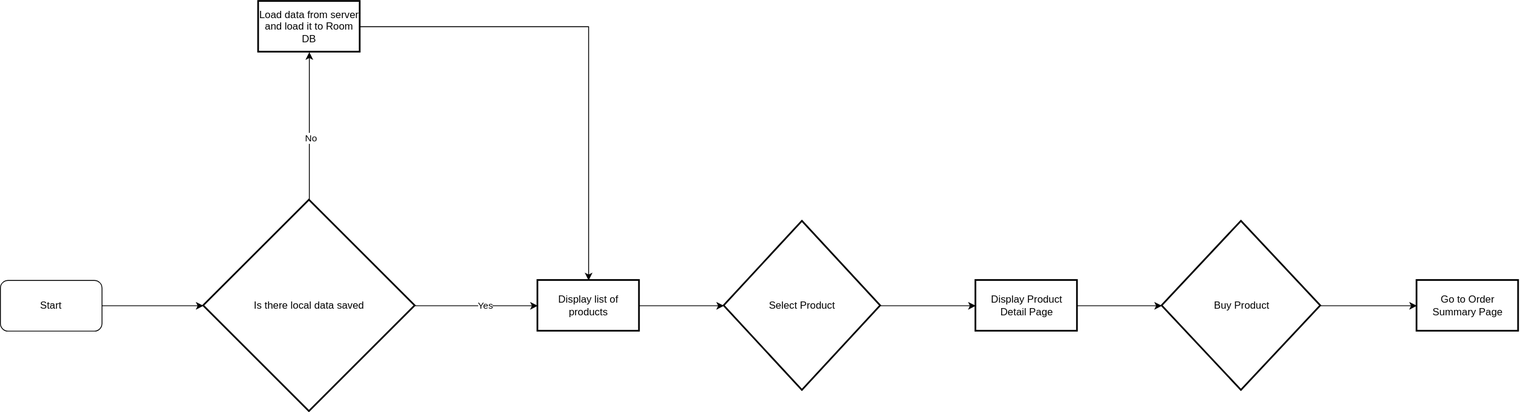
Before: assets/flow_diagram.svg, a diagram exported from draw.io (SimbaMupfu/carry1st). Source tidied: cells renumbered, new cells last; positions are measured from the earlier drawing's top-left corner, leaving out a move shared by most shapes.
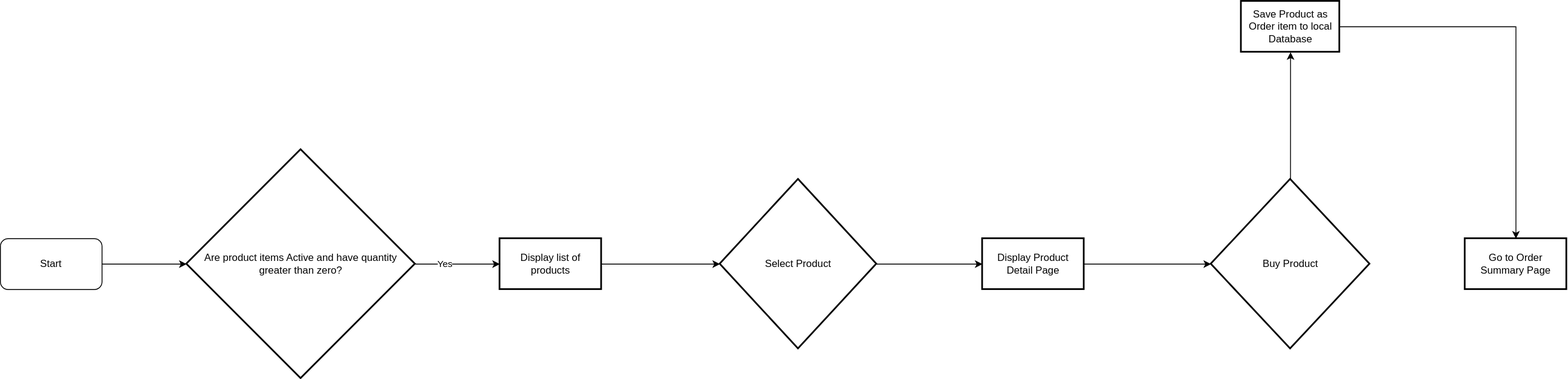
After the commit.

Commit message:
Update flow diagram.

The edit, as a diff of the source:
```diff
@@ -3,58 +3,52 @@
     <mxCell id="0" />
     <mxCell id="1" parent="0" />
     <mxCell id="2" value="Start" style="rounded=1;whiteSpace=wrap;html=1;" parent="1" vertex="1">
-      <mxGeometry y="330" width="120" height="60" as="geometry" />
+      <mxGeometry x="-350" y="330" width="120" height="60" as="geometry" />
     </mxCell>
-    <mxCell id="3" style="edgeStyle=orthogonalEdgeStyle;rounded=0;jettySize=auto;html=1;" parent="1" edge="1" source="7" target="9">
-      <mxGeometry relative="1" as="geometry" />
-    </mxCell>
-    <mxCell id="4" value="No" style="edgeLabel;html=1;align=center;verticalAlign=middle;" parent="3" vertex="1">
-      <mxGeometry x="-0.15" y="-1" relative="1" as="geometry" />
-    </mxCell>
-    <mxCell id="5" style="edgeStyle=orthogonalEdgeStyle;rounded=0;jettySize=auto;html=1;" parent="1" edge="1" source="7" target="11">
-      <mxGeometry relative="1" as="geometry" />
-    </mxCell>
-    <mxCell id="6" value="Yes" style="edgeLabel;html=1;align=center;verticalAlign=middle;" parent="5" vertex="1">
-      <mxGeometry x="0.13" y="1" relative="1" as="geometry" />
-    </mxCell>
-    <mxCell id="7" value="Is there local data saved" style="strokeWidth=2;html=1;shape=mxgraph.flowchart.decision;whiteSpace=wrap;" parent="1" vertex="1">
-      <mxGeometry x="240" y="235" width="250" height="250" as="geometry" />
-    </mxCell>
-    <mxCell id="8" style="edgeStyle=orthogonalEdgeStyle;rounded=0;jettySize=auto;html=1;exitX=1;exitY=0.5;exitDx=0;exitDy=0;entryX=0.5;entryY=0;entryDx=0;entryDy=0;" parent="1" edge="1" source="9" target="11">
-      <mxGeometry relative="1" as="geometry" />
-    </mxCell>
-    <mxCell id="9" value="Load data from server and load it to Room DB" style="whiteSpace=wrap;html=1;strokeWidth=2;" parent="1" vertex="1">
-      <mxGeometry x="305" width="120" height="60" as="geometry" />
-    </mxCell>
     <mxCell id="10" style="edgeStyle=orthogonalEdgeStyle;rounded=0;jettySize=auto;html=1;" parent="1" edge="1" source="11" target="14">
       <mxGeometry relative="1" as="geometry" />
     </mxCell>
     <mxCell id="11" value="Display list of products" style="whiteSpace=wrap;html=1;strokeWidth=2;" parent="1" vertex="1">
-      <mxGeometry x="635" y="330" width="120" height="60" as="geometry" />
+      <mxGeometry x="240" y="330" width="120" height="60" as="geometry" />
     </mxCell>
-    <mxCell id="12" style="edgeStyle=orthogonalEdgeStyle;rounded=0;jettySize=auto;html=1;exitX=1;exitY=0.5;exitDx=0;exitDy=0;entryX=0;entryY=0.5;entryDx=0;entryDy=0;entryPerimeter=0;" parent="1" edge="1" source="2" target="7">
-      <mxGeometry relative="1" as="geometry" />
-    </mxCell>
     <mxCell id="13" style="edgeStyle=orthogonalEdgeStyle;rounded=0;jettySize=auto;html=1;" parent="1" edge="1" source="14" target="16">
       <mxGeometry relative="1" as="geometry" />
     </mxCell>
     <mxCell id="14" value="Select Product" style="rhombus;whiteSpace=wrap;html=1;strokeWidth=2;" parent="1" vertex="1">
-      <mxGeometry x="855" y="260" width="185" height="200" as="geometry" />
+      <mxGeometry x="500" y="260" width="185" height="200" as="geometry" />
     </mxCell>
     <mxCell id="15" style="edgeStyle=orthogonalEdgeStyle;rounded=0;jettySize=auto;html=1;" parent="1" edge="1" source="16" target="18">
       <mxGeometry relative="1" as="geometry" />
     </mxCell>
     <mxCell id="16" value="Display Product Detail Page" style="whiteSpace=wrap;html=1;strokeWidth=2;" parent="1" vertex="1">
-      <mxGeometry x="1152.5" y="330" width="120" height="60" as="geometry" />
+      <mxGeometry x="810" y="330" width="120" height="60" as="geometry" />
     </mxCell>
-    <mxCell id="17" style="edgeStyle=orthogonalEdgeStyle;rounded=0;jettySize=auto;html=1;" parent="1" edge="1" source="18" target="19">
-      <mxGeometry relative="1" as="geometry" />
-    </mxCell>
+    <mxCell id="20" style="edgeStyle=orthogonalEdgeStyle;rounded=0;jettySize=auto;html=1;exitX=0.5;exitY=0;exitDx=0;exitDy=0;" parent="1" edge="1" source="18" target="22">
+      <mxGeometry relative="1" as="geometry" />
+    </mxCell>
     <mxCell id="18" value="Buy Product" style="rhombus;whiteSpace=wrap;html=1;strokeWidth=2;" parent="1" vertex="1">
-      <mxGeometry x="1372.5" y="260" width="187.5" height="200" as="geometry" />
+      <mxGeometry x="1080" y="260" width="187.5" height="200" as="geometry" />
     </mxCell>
     <mxCell id="19" value="Go to Order Summary Page" style="whiteSpace=wrap;html=1;strokeWidth=2;" parent="1" vertex="1">
-      <mxGeometry x="1673.8" y="330" width="120" height="60" as="geometry" />
+      <mxGeometry x="1380" y="330" width="120" height="60" as="geometry" />
     </mxCell>
+    <mxCell id="21" style="edgeStyle=orthogonalEdgeStyle;rounded=0;jettySize=auto;html=1;entryX=0.5;entryY=0;entryDx=0;entryDy=0;" parent="1" edge="1" source="22" target="19">
+      <mxGeometry relative="1" as="geometry" />
+    </mxCell>
+    <mxCell id="22" value="Save Product as Order item to local Database" style="whiteSpace=wrap;html=1;strokeWidth=2;" parent="1" vertex="1">
+      <mxGeometry x="1115.6" y="50" width="116.2" height="60" as="geometry" />
+    </mxCell>
+    <mxCell id="23" style="edgeStyle=orthogonalEdgeStyle;rounded=0;jettySize=auto;html=1;exitX=1;exitY=0.5;exitDx=0;exitDy=0;exitPerimeter=0;entryX=0;entryY=0.5;entryDx=0;entryDy=0;" parent="1" edge="1" source="24" target="11">
+      <mxGeometry relative="1" as="geometry" />
+    </mxCell>
+    <mxCell id="6" value="Yes" style="edgeLabel;html=1;align=center;verticalAlign=middle;" parent="23" vertex="1">
+      <mxGeometry x="-0.32" y="1" relative="1" as="geometry" />
+    </mxCell>
+    <mxCell id="24" value="Are product items Active and have quantity greater than zero?" style="strokeWidth=2;html=1;shape=mxgraph.flowchart.decision;whiteSpace=wrap;" parent="1" vertex="1">
+      <mxGeometry x="-130" y="225" width="270" height="270" as="geometry" />
+    </mxCell>
+    <mxCell id="25" style="edgeStyle=orthogonalEdgeStyle;rounded=0;jettySize=auto;html=1;exitX=1;exitY=0.5;exitDx=0;exitDy=0;entryX=0;entryY=0.5;entryDx=0;entryDy=0;entryPerimeter=0;" parent="1" edge="1" source="2" target="24">
+      <mxGeometry relative="1" as="geometry" />
+    </mxCell>
   </root>
 </mxGraphModel>
```
